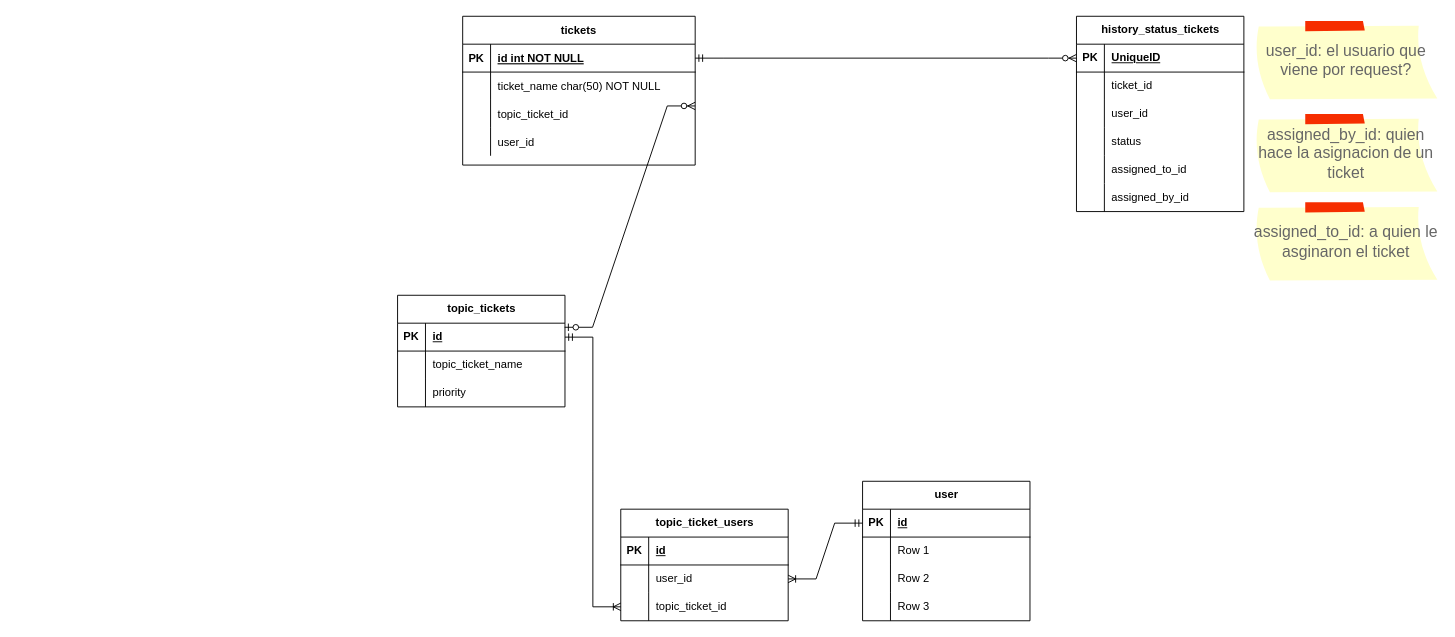
Earlier version of the draw.io diagram Diagrama sin título.drawio (jhaineymilevis/diagrams). Source tidied: cells renumbered, new cells numbered last; positions are measured from the earlier drawing's top-left corner, leaving out a move shared by most shapes. Both pictures are drawn from the tidied source at 93%, with x=0, y=0 at pixel (397, 16).
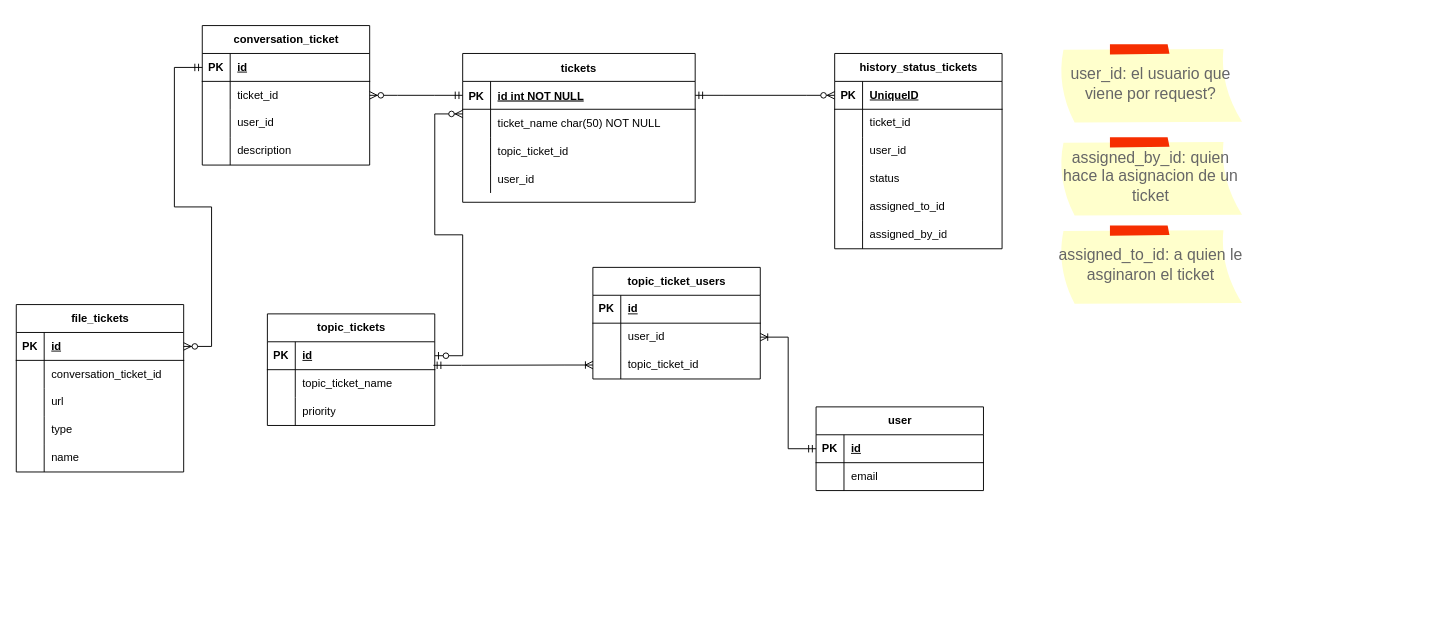
The same diagram, later.

Unchanged cells that the change refers to:
```xml
<mxCell id="3" style="shape=partialRectangle;fillColor=none;points=[[0,0.5],[1,0.5]];portConstraint=eastwest;top=0;left=0;right=0;bottom=1;" parent="2" vertex="1">
  <mxGeometry y="30" width="250" height="30" as="geometry" />
</mxCell>
<mxCell id="9" style="shape=partialRectangle;fillColor=none;points=[[0,0.5],[1,0.5]];portConstraint=eastwest;top=0;left=0;right=0;bottom=0;" parent="2" vertex="1">
  <mxGeometry y="90" width="250" height="30" as="geometry" />
</mxCell>
<mxCell id="22" style="shape=tableRow;horizontal=0;startSize=0;swimlaneHead=0;swimlaneBody=0;fillColor=none;points=[[0,0.5],[1,0.5]];portConstraint=eastwest;top=0;left=0;right=0;bottom=0;" parent="15" vertex="1">
  <mxGeometry y="90" width="180" height="30" as="geometry" />
</mxCell>
<mxCell id="26" style="shape=tableRow;horizontal=0;startSize=0;swimlaneHead=0;swimlaneBody=0;fillColor=none;points=[[0,0.5],[1,0.5]];portConstraint=eastwest;top=0;left=0;right=0;bottom=1;" parent="25" vertex="1">
  <mxGeometry y="30" width="180" height="30" as="geometry" />
</mxCell>
<mxCell id="29" style="shape=tableRow;horizontal=0;startSize=0;swimlaneHead=0;swimlaneBody=0;fillColor=none;points=[[0,0.5],[1,0.5]];portConstraint=eastwest;top=0;left=0;right=0;bottom=0;" parent="25" vertex="1">
  <mxGeometry y="60" width="180" height="30" as="geometry" />
</mxCell>
```

Diff of the diagram source:
```diff
@@
     <mxCell id="2" value="tickets" style="shape=table;startSize=30;childLayout=tableLayout;rowLines=0;fontStyle=1;align=center;" parent="1" vertex="1">
-      <mxGeometry x="70" width="250" height="160" as="geometry" />
+      <mxGeometry x="70" y="40" width="250" height="160" as="geometry" />
     </mxCell>
@@
     <mxCell id="15" value="topic_ticket_users" style="shape=table;startSize=30;childLayout=tableLayout;rowLines=0;fontStyle=1;align=center;html=1;" parent="1" vertex="1">
-      <mxGeometry x="240" y="530" width="180" height="120" as="geometry" />
+      <mxGeometry x="210" y="270" width="180" height="120" as="geometry" />
     </mxCell>
@@
     <mxCell id="25" value="topic_tickets" style="shape=table;startSize=30;childLayout=tableLayout;rowLines=0;fontStyle=1;align=center;html=1;" parent="1" vertex="1">
-      <mxGeometry y="300" width="180" height="120" as="geometry" />
+      <mxGeometry x="-140" y="320" width="180" height="120" as="geometry" />
     </mxCell>
@@
     <mxCell id="35" value="user" style="shape=table;startSize=30;childLayout=tableLayout;rowLines=0;fontStyle=1;align=center;html=1;" parent="1" vertex="1">
-      <mxGeometry x="500" y="500" width="180" height="150" as="geometry" />
+      <mxGeometry x="450" y="420" width="180" height="90" as="geometry" />
     </mxCell>
@@
-    <mxCell id="39" style="shape=tableRow;horizontal=0;startSize=0;swimlaneHead=0;swimlaneBody=0;fillColor=none;top=0;left=0;right=0;bottom=0;" parent="35" vertex="1">
-      <mxGeometry y="60" width="180" height="30" as="geometry" />
-    </mxCell>
-    <mxCell id="40" style="shape=partialRectangle;fillColor=none;top=0;left=0;bottom=0;right=0;overflow=hidden;whiteSpace=wrap;html=1;" parent="39" vertex="1">
-      <mxGeometry width="30" height="30" as="geometry" />
-    </mxCell>
-    <mxCell id="41" value="Row 1" style="shape=partialRectangle;fillColor=none;top=0;left=0;bottom=0;right=0;align=left;spacingLeft=6;overflow=hidden;whiteSpace=wrap;html=1;" parent="39" vertex="1">
-      <mxGeometry x="30" width="150" height="30" as="geometry" />
-    </mxCell>
-    <mxCell id="42" style="shape=tableRow;horizontal=0;startSize=0;swimlaneHead=0;swimlaneBody=0;fillColor=none;top=0;left=0;right=0;bottom=0;" parent="35" vertex="1">
-      <mxGeometry y="90" width="180" height="30" as="geometry" />
-    </mxCell>
-    <mxCell id="43" style="shape=partialRectangle;fillColor=none;top=0;left=0;bottom=0;right=0;overflow=hidden;whiteSpace=wrap;html=1;" parent="42" vertex="1">
-      <mxGeometry width="30" height="30" as="geometry" />
-    </mxCell>
-    <mxCell id="44" value="Row 2" style="shape=partialRectangle;fillColor=none;top=0;left=0;bottom=0;right=0;align=left;spacingLeft=6;overflow=hidden;whiteSpace=wrap;html=1;" parent="42" vertex="1">
-      <mxGeometry x="30" width="150" height="30" as="geometry" />
-    </mxCell>
     <mxCell id="45" style="shape=tableRow;horizontal=0;startSize=0;swimlaneHead=0;swimlaneBody=0;fillColor=none;top=0;left=0;right=0;bottom=0;" parent="35" vertex="1">
-      <mxGeometry y="120" width="180" height="30" as="geometry" />
+      <mxGeometry y="60" width="180" height="30" as="geometry" />
     </mxCell>
@@
-    <mxCell id="47" value="Row 3" style="shape=partialRectangle;fillColor=none;top=0;left=0;bottom=0;right=0;align=left;spacingLeft=6;overflow=hidden;whiteSpace=wrap;html=1;" parent="45" vertex="1">
+    <mxCell id="47" value="email" style="shape=partialRectangle;fillColor=none;top=0;left=0;bottom=0;right=0;align=left;spacingLeft=6;overflow=hidden;whiteSpace=wrap;html=1;" parent="45" vertex="1">
       <mxGeometry x="30" width="150" height="30" as="geometry" />
     </mxCell>
@@
-    <mxCell id="49" style="edgeStyle=entityRelationEdgeStyle;fontSize=12;html=1;endArrow=ERoneToMany;startArrow=ERmandOne;rounded=0;entryX=0;entryY=0.5;entryDx=0;entryDy=0;" parent="1" edge="1" source="26" target="22">
+    <mxCell id="49" style="edgeStyle=entityRelationEdgeStyle;fontSize=12;html=1;endArrow=ERoneToMany;startArrow=ERmandOne;rounded=0;entryX=0;entryY=0.5;entryDx=0;entryDy=0;exitX=0.992;exitY=-0.157;exitDx=0;exitDy=0;exitPerimeter=0;" parent="1" edge="1" source="29" target="22">
       <mxGeometry relative="1" as="geometry">
         <Array as="points">
           <mxPoint x="378.7" y="668" />
           <mxPoint x="368.7" y="600" />
           <mxPoint x="338.7" y="590" />
           <mxPoint x="368.7" y="590" />
           <mxPoint x="358.7" y="710" />
           <mxPoint x="378.7" y="668" />
           <mxPoint x="378.7" y="688" />
         </Array>
       </mxGeometry>
     </mxCell>
-    <mxCell id="50" style="edgeStyle=entityRelationEdgeStyle;fontSize=12;html=1;endArrow=ERzeroToMany;startArrow=ERzeroToOne;rounded=0;exitX=0.998;exitY=0.147;exitDx=0;exitDy=0;entryX=1;entryY=0.214;entryDx=0;entryDy=0;entryPerimeter=0;exitPerimeter=0;" parent="1" edge="1" source="26" target="9">
+    <mxCell id="50" style="edgeStyle=entityRelationEdgeStyle;fontSize=12;html=1;endArrow=ERzeroToMany;startArrow=ERzeroToOne;rounded=0;entryX=0;entryY=0.5;entryDx=0;entryDy=0;exitX=1;exitY=0.5;exitDx=0;exitDy=0;" parent="1" edge="1" source="26">
       <mxGeometry relative="1" as="geometry">
+        <mxPoint x="70" y="105" as="targetPoint" />
         <Array as="points">
-          <mxPoint x="130" y="360" />
-          <mxPoint x="220" y="290" />
-          <mxPoint x="130" y="240" />
-          <mxPoint x="240" y="200" />
-          <mxPoint x="220" y="210" />
-          <mxPoint x="240" y="200" />
+          <mxPoint x="130" y="350" />
+          <mxPoint x="-30" y="240" />
+          <mxPoint x="220" y="280" />
+          <mxPoint x="130" y="230" />
+          <mxPoint x="240" y="190" />
+          <mxPoint x="220" y="200" />
+          <mxPoint x="240" y="190" />
         </Array>
       </mxGeometry>
     </mxCell>
     <mxCell id="51" value="history_status_tickets" style="shape=table;startSize=30;childLayout=tableLayout;rowLines=0;fontStyle=1;align=center;html=1;" parent="1" vertex="1">
-      <mxGeometry x="730" width="180" height="210" as="geometry" />
+      <mxGeometry x="470" y="40" width="180" height="210" as="geometry" />
     </mxCell>
@@
     <mxCell id="71" value="user_id: el usuario que viene por request?" style="strokeWidth=1;shadow=0;dashed=0;align=center;html=1;shape=mxgraph.mockup.text.stickyNote2;fontColor=#666666;mainText=;fontSize=17;whiteSpace=wrap;fillColor=#ffffcc;strokeColor=#F62E00;" parent="1" vertex="1">
-      <mxGeometry x="920" y="5" width="200" height="85" as="geometry" />
+      <mxGeometry x="710" y="30" width="200" height="85" as="geometry" />
     </mxCell>
     <mxCell id="72" value="assigned_by_id: quien hace la asignacion de un ticket&lt;br&gt;" style="strokeWidth=1;shadow=0;dashed=0;align=center;html=1;shape=mxgraph.mockup.text.stickyNote2;fontColor=#666666;mainText=;fontSize=17;whiteSpace=wrap;fillColor=#ffffcc;strokeColor=#F62E00;" parent="1" vertex="1">
-      <mxGeometry x="920" y="105" width="200" height="85" as="geometry" />
+      <mxGeometry x="710" y="130" width="200" height="85" as="geometry" />
     </mxCell>
     <mxCell id="73" value="assigned_to_id: a quien le asginaron el ticket" style="strokeWidth=1;shadow=0;dashed=0;align=center;html=1;shape=mxgraph.mockup.text.stickyNote2;fontColor=#666666;mainText=;fontSize=17;whiteSpace=wrap;fillColor=#ffffcc;strokeColor=#F62E00;" parent="1" vertex="1">
-      <mxGeometry x="920" y="200" width="200" height="85" as="geometry" />
+      <mxGeometry x="710" y="225" width="200" height="85" as="geometry" />
     </mxCell>
+    <mxCell id="74" value="conversation_ticket" style="shape=table;startSize=30;childLayout=tableLayout;rowLines=0;fontStyle=1;align=center;html=1;" parent="1" vertex="1">
+      <mxGeometry x="-210" y="10" width="180" height="150" as="geometry" />
+    </mxCell>
+    <mxCell id="75" style="shape=tableRow;horizontal=0;startSize=0;swimlaneHead=0;swimlaneBody=0;fillColor=none;points=[[0,0.5],[1,0.5]];portConstraint=eastwest;top=0;left=0;right=0;bottom=1;" parent="74" vertex="1">
+      <mxGeometry y="30" width="180" height="30" as="geometry" />
+    </mxCell>
+    <mxCell id="76" value="PK" style="shape=partialRectangle;fillColor=none;top=0;left=0;bottom=0;right=0;fontStyle=1;overflow=hidden;whiteSpace=wrap;html=1;" parent="75" vertex="1">
+      <mxGeometry width="30" height="30" as="geometry" />
+    </mxCell>
+    <mxCell id="77" value="id" style="shape=partialRectangle;fillColor=none;top=0;left=0;bottom=0;right=0;align=left;spacingLeft=6;fontStyle=5;overflow=hidden;whiteSpace=wrap;html=1;" parent="75" vertex="1">
+      <mxGeometry x="30" width="150" height="30" as="geometry" />
+    </mxCell>
+    <mxCell id="78" style="shape=tableRow;horizontal=0;startSize=0;swimlaneHead=0;swimlaneBody=0;fillColor=none;points=[[0,0.5],[1,0.5]];portConstraint=eastwest;top=0;left=0;right=0;bottom=0;" parent="74" vertex="1">
+      <mxGeometry y="60" width="180" height="30" as="geometry" />
+    </mxCell>
+    <mxCell id="79" style="shape=partialRectangle;fillColor=none;top=0;left=0;bottom=0;right=0;overflow=hidden;whiteSpace=wrap;html=1;" parent="78" vertex="1">
+      <mxGeometry width="30" height="30" as="geometry" />
+    </mxCell>
+    <mxCell id="80" value="ticket_id" style="shape=partialRectangle;fillColor=none;top=0;left=0;bottom=0;right=0;align=left;spacingLeft=6;overflow=hidden;whiteSpace=wrap;html=1;" parent="78" vertex="1">
+      <mxGeometry x="30" width="150" height="30" as="geometry" />
+    </mxCell>
+    <mxCell id="81" style="shape=tableRow;horizontal=0;startSize=0;swimlaneHead=0;swimlaneBody=0;fillColor=none;top=0;left=0;right=0;bottom=0;" parent="74" vertex="1">
+      <mxGeometry y="90" width="180" height="30" as="geometry" />
+    </mxCell>
+    <mxCell id="82" style="shape=partialRectangle;fillColor=none;top=0;left=0;bottom=0;right=0;overflow=hidden;whiteSpace=wrap;html=1;" parent="81" vertex="1">
+      <mxGeometry width="30" height="30" as="geometry" />
+    </mxCell>
+    <mxCell id="83" value="user_id" style="shape=partialRectangle;fillColor=none;top=0;left=0;bottom=0;right=0;align=left;spacingLeft=6;overflow=hidden;whiteSpace=wrap;html=1;" parent="81" vertex="1">
+      <mxGeometry x="30" width="150" height="30" as="geometry" />
+    </mxCell>
+    <mxCell id="84" style="shape=tableRow;horizontal=0;startSize=0;swimlaneHead=0;swimlaneBody=0;fillColor=none;top=0;left=0;right=0;bottom=0;" parent="74" vertex="1">
+      <mxGeometry y="120" width="180" height="30" as="geometry" />
+    </mxCell>
+    <mxCell id="85" style="shape=partialRectangle;fillColor=none;top=0;left=0;bottom=0;right=0;overflow=hidden;whiteSpace=wrap;html=1;" parent="84" vertex="1">
+      <mxGeometry width="30" height="30" as="geometry" />
+    </mxCell>
+    <mxCell id="86" value="description" style="shape=partialRectangle;fillColor=none;top=0;left=0;bottom=0;right=0;align=left;spacingLeft=6;overflow=hidden;whiteSpace=wrap;html=1;" parent="84" vertex="1">
+      <mxGeometry x="30" width="150" height="30" as="geometry" />
+    </mxCell>
+    <mxCell id="87" style="edgeStyle=entityRelationEdgeStyle;fontSize=12;html=1;endArrow=ERzeroToMany;startArrow=ERmandOne;rounded=0;exitX=0;exitY=0.5;exitDx=0;exitDy=0;entryX=1;entryY=0.5;entryDx=0;entryDy=0;" parent="1" edge="1" source="3" target="78">
+      <mxGeometry relative="1" as="geometry" />
+    </mxCell>
+    <mxCell id="88" value="file_tickets" style="shape=table;startSize=30;childLayout=tableLayout;rowLines=0;fontStyle=1;align=center;html=1;" parent="1" vertex="1">
+      <mxGeometry x="-410" y="310" width="180" height="180" as="geometry" />
+    </mxCell>
+    <mxCell id="89" style="shape=tableRow;horizontal=0;startSize=0;swimlaneHead=0;swimlaneBody=0;fillColor=none;points=[[0,0.5],[1,0.5]];portConstraint=eastwest;top=0;left=0;right=0;bottom=1;" parent="88" vertex="1">
+      <mxGeometry y="30" width="180" height="30" as="geometry" />
+    </mxCell>
+    <mxCell id="90" value="PK" style="shape=partialRectangle;fillColor=none;top=0;left=0;bottom=0;right=0;fontStyle=1;overflow=hidden;whiteSpace=wrap;html=1;" parent="89" vertex="1">
+      <mxGeometry width="30" height="30" as="geometry" />
+    </mxCell>
+    <mxCell id="91" value="id" style="shape=partialRectangle;fillColor=none;top=0;left=0;bottom=0;right=0;align=left;spacingLeft=6;fontStyle=5;overflow=hidden;whiteSpace=wrap;html=1;" parent="89" vertex="1">
+      <mxGeometry x="30" width="150" height="30" as="geometry" />
+    </mxCell>
+    <mxCell id="92" style="shape=tableRow;horizontal=0;startSize=0;swimlaneHead=0;swimlaneBody=0;fillColor=none;top=0;left=0;right=0;bottom=0;" parent="88" vertex="1">
+      <mxGeometry y="60" width="180" height="30" as="geometry" />
+    </mxCell>
+    <mxCell id="93" style="shape=partialRectangle;fillColor=none;top=0;left=0;bottom=0;right=0;overflow=hidden;whiteSpace=wrap;html=1;" parent="92" vertex="1">
+      <mxGeometry width="30" height="30" as="geometry" />
+    </mxCell>
+    <mxCell id="94" value="conversation_ticket_id" style="shape=partialRectangle;fillColor=none;top=0;left=0;bottom=0;right=0;align=left;spacingLeft=6;overflow=hidden;whiteSpace=wrap;html=1;" parent="92" vertex="1">
+      <mxGeometry x="30" width="150" height="30" as="geometry" />
+    </mxCell>
+    <mxCell id="95" style="shape=tableRow;horizontal=0;startSize=0;swimlaneHead=0;swimlaneBody=0;fillColor=none;top=0;left=0;right=0;bottom=0;" parent="88" vertex="1">
+      <mxGeometry y="90" width="180" height="30" as="geometry" />
+    </mxCell>
+    <mxCell id="96" style="shape=partialRectangle;fillColor=none;top=0;left=0;bottom=0;right=0;overflow=hidden;whiteSpace=wrap;html=1;" parent="95" vertex="1">
+      <mxGeometry width="30" height="30" as="geometry" />
+    </mxCell>
+    <mxCell id="97" value="url" style="shape=partialRectangle;fillColor=none;top=0;left=0;bottom=0;right=0;align=left;spacingLeft=6;overflow=hidden;whiteSpace=wrap;html=1;" parent="95" vertex="1">
+      <mxGeometry x="30" width="150" height="30" as="geometry" />
+    </mxCell>
+    <mxCell id="98" style="shape=tableRow;horizontal=0;startSize=0;swimlaneHead=0;swimlaneBody=0;fillColor=none;top=0;left=0;right=0;bottom=0;" parent="88" vertex="1">
+      <mxGeometry y="120" width="180" height="30" as="geometry" />
+    </mxCell>
+    <mxCell id="99" style="shape=partialRectangle;fillColor=none;top=0;left=0;bottom=0;right=0;overflow=hidden;whiteSpace=wrap;html=1;" parent="98" vertex="1">
+      <mxGeometry width="30" height="30" as="geometry" />
+    </mxCell>
+    <mxCell id="100" value="type" style="shape=partialRectangle;fillColor=none;top=0;left=0;bottom=0;right=0;align=left;spacingLeft=6;overflow=hidden;whiteSpace=wrap;html=1;" parent="98" vertex="1">
+      <mxGeometry x="30" width="150" height="30" as="geometry" />
+    </mxCell>
+    <mxCell id="101" style="shape=tableRow;horizontal=0;startSize=0;swimlaneHead=0;swimlaneBody=0;fillColor=none;top=0;left=0;right=0;bottom=0;" parent="88" vertex="1">
+      <mxGeometry y="150" width="180" height="30" as="geometry" />
+    </mxCell>
+    <mxCell id="102" style="shape=partialRectangle;fillColor=none;top=0;left=0;bottom=0;right=0;overflow=hidden;whiteSpace=wrap;html=1;" parent="101" vertex="1">
+      <mxGeometry width="30" height="30" as="geometry" />
+    </mxCell>
+    <mxCell id="103" value="name" style="shape=partialRectangle;fillColor=none;top=0;left=0;bottom=0;right=0;align=left;spacingLeft=6;overflow=hidden;whiteSpace=wrap;html=1;" parent="101" vertex="1">
+      <mxGeometry x="30" width="150" height="30" as="geometry" />
+    </mxCell>
+    <mxCell id="104" style="edgeStyle=entityRelationEdgeStyle;fontSize=12;html=1;endArrow=ERzeroToMany;startArrow=ERmandOne;rounded=0;entryX=1;entryY=0.5;entryDx=0;entryDy=0;exitX=0;exitY=0.5;exitDx=0;exitDy=0;" parent="1" edge="1" source="75" target="89">
+      <mxGeometry relative="1" as="geometry">
+        <Array as="points">
+          <mxPoint x="-480" y="110" />
+        </Array>
+      </mxGeometry>
+    </mxCell>
```
